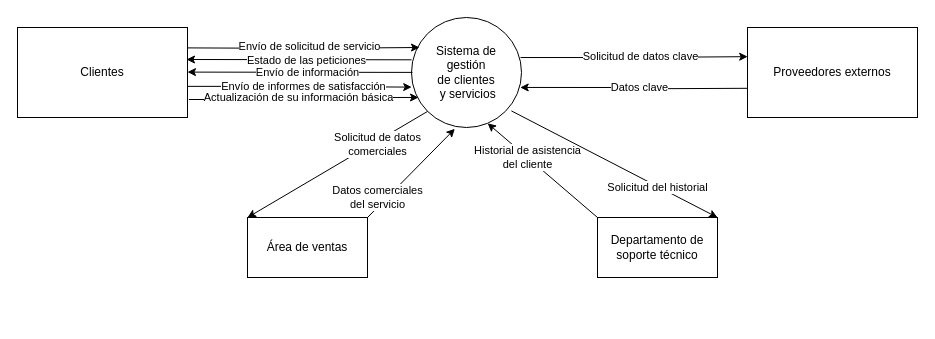
Above: IngenieríaDeSoftware/Práctica 2 Actividad 2/DFDnivel0.drawio in aloantony/TrabajosEnGrupoGII-DalilaTony (draw.io), before the change. Source tidied: cells renumbered, new cells numbered last; positions are measured from the earlier drawing's top-left corner, leaving out a move shared by most shapes. Both pictures are drawn from the tidied source at 100%, with x=0, y=0 at pixel (17, 17).
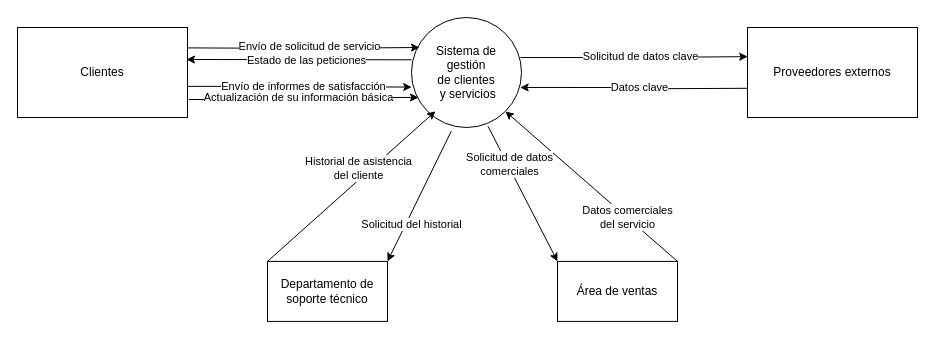
The same page after the edit.

Unchanged cells that the change refers to:
```xml
<mxCell id="2" value="&lt;div&gt;Sistema de &lt;br&gt;&lt;/div&gt;&lt;div&gt;gestión&lt;/div&gt;&lt;div&gt;de clientes&lt;br&gt;&lt;/div&gt;&amp;nbsp;y servicios" style="ellipse;whiteSpace=wrap;html=1;" parent="1" vertex="1">
  <mxGeometry x="394" width="110" height="110" as="geometry" />
</mxCell>
```

What changed in the source:
```diff
@@
     <mxCell id="17" value="Área de ventas" style="rounded=0;whiteSpace=wrap;html=1;" parent="1" vertex="1">
-      <mxGeometry x="230" y="200" width="120" height="60" as="geometry" />
+      <mxGeometry x="540" y="243.9" width="120" height="60" as="geometry" />
     </mxCell>
     <mxCell id="18" value="&lt;div&gt;Departamento de &lt;br&gt;&lt;/div&gt;&lt;div&gt;soporte técnico&lt;br&gt;&lt;/div&gt;" style="rounded=0;whiteSpace=wrap;html=1;" parent="1" vertex="1">
-      <mxGeometry x="580" y="200" width="120" height="60" as="geometry" />
+      <mxGeometry x="250" y="243.9" width="120" height="60" as="geometry" />
     </mxCell>
-    <mxCell id="19" style="endArrow=classic;html=1;rounded=0;entryX=0.394;entryY=1.012;entryDx=0;entryDy=0;entryPerimeter=0;exitX=1;exitY=0;exitDx=0;exitDy=0;" parent="1" edge="1" source="17" target="2">
+    <mxCell id="19" style="endArrow=classic;html=1;rounded=0;entryX=1;entryY=1;entryDx=0;entryDy=0;exitX=1;exitY=0;exitDx=0;exitDy=0;" parent="1" edge="1" source="17" target="2">
       <mxGeometry relative="1" as="geometry" />
     </mxCell>
     <mxCell id="20" value="&lt;div&gt;Datos comerciales&lt;/div&gt;&lt;div&gt;del servicio&lt;br&gt;&lt;/div&gt;" style="edgeLabel;html=1;align=center;verticalAlign=middle;" parent="19" vertex="1">
       <mxGeometry x="0.01" y="2" relative="1" as="geometry">
-        <mxPoint x="-33" y="26" as="offset" />
+        <mxPoint x="38" y="30" as="offset" />
       </mxGeometry>
     </mxCell>
-    <mxCell id="21" style="endArrow=classic;html=1;rounded=0;exitX=0;exitY=0;exitDx=0;exitDy=0;entryX=0.692;entryY=0.962;entryDx=0;entryDy=0;entryPerimeter=0;" parent="1" edge="1" source="18" target="2">
+    <mxCell id="21" style="endArrow=classic;html=1;rounded=0;exitX=0;exitY=0;exitDx=0;exitDy=0;entryX=0.218;entryY=0.852;entryDx=0;entryDy=0;entryPerimeter=0;" parent="1" edge="1" source="18" target="2">
       <mxGeometry relative="1" as="geometry" />
     </mxCell>
     <mxCell id="22" value="&lt;div&gt;Historial de asistencia&lt;/div&gt;&lt;div&gt;del cliente&lt;br&gt;&lt;/div&gt;" style="edgeLabel;html=1;align=center;verticalAlign=middle;" parent="21" vertex="1">
       <mxGeometry x="-0.03" relative="1" as="geometry">
-        <mxPoint x="-17" y="-15" as="offset" />
+        <mxPoint x="9" y="-21" as="offset" />
       </mxGeometry>
     </mxCell>
-    <mxCell id="23" style="endArrow=classic;html=1;rounded=0;exitX=0;exitY=1;exitDx=0;exitDy=0;entryX=0;entryY=0;entryDx=0;entryDy=0;" parent="1" edge="1" source="2" target="17">
+    <mxCell id="23" style="endArrow=classic;html=1;rounded=0;exitX=0.695;exitY=0.988;exitDx=0;exitDy=0;entryX=0;entryY=0;entryDx=0;entryDy=0;exitPerimeter=0;" parent="1" edge="1" source="2" target="17">
       <mxGeometry relative="1" as="geometry" />
     </mxCell>
@@
-    <mxCell id="25" style="endArrow=classic;html=1;rounded=0;exitX=0.908;exitY=0.849;exitDx=0;exitDy=0;entryX=1;entryY=0;entryDx=0;entryDy=0;exitPerimeter=0;" parent="1" edge="1" source="2" target="18">
+    <mxCell id="25" style="endArrow=classic;html=1;rounded=0;exitX=0.362;exitY=1.033;exitDx=0;exitDy=0;entryX=1;entryY=0;entryDx=0;entryDy=0;exitPerimeter=0;" parent="1" edge="1" source="2" target="18">
       <mxGeometry relative="1" as="geometry" />
     </mxCell>
     <mxCell id="26" value="Solicitud del historial" style="edgeLabel;html=1;align=center;verticalAlign=middle;" parent="25" vertex="1">
       <mxGeometry x="0.18" y="2" relative="1" as="geometry">
-        <mxPoint x="23" y="15" as="offset" />
+        <mxPoint x="-4" y="15" as="offset" />
       </mxGeometry>
     </mxCell>
-    <mxCell id="27" style="endArrow=classic;html=1;rounded=0;exitX=0.009;exitY=0.385;exitDx=0;exitDy=0;exitPerimeter=0;" parent="1" edge="1">
-      <mxGeometry relative="1" as="geometry">
-        <mxPoint x="395" y="54.9" as="sourcePoint" />
-        <mxPoint x="170" y="54.6" as="targetPoint" />
-      </mxGeometry>
-    </mxCell>
-    <mxCell id="28" value="Envío de información" style="edgeLabel;html=1;align=center;verticalAlign=middle;" parent="27" vertex="1">
-      <mxGeometry x="-0.12" relative="1" as="geometry">
-        <mxPoint x="-7" as="offset" />
-      </mxGeometry>
-    </mxCell>
```
